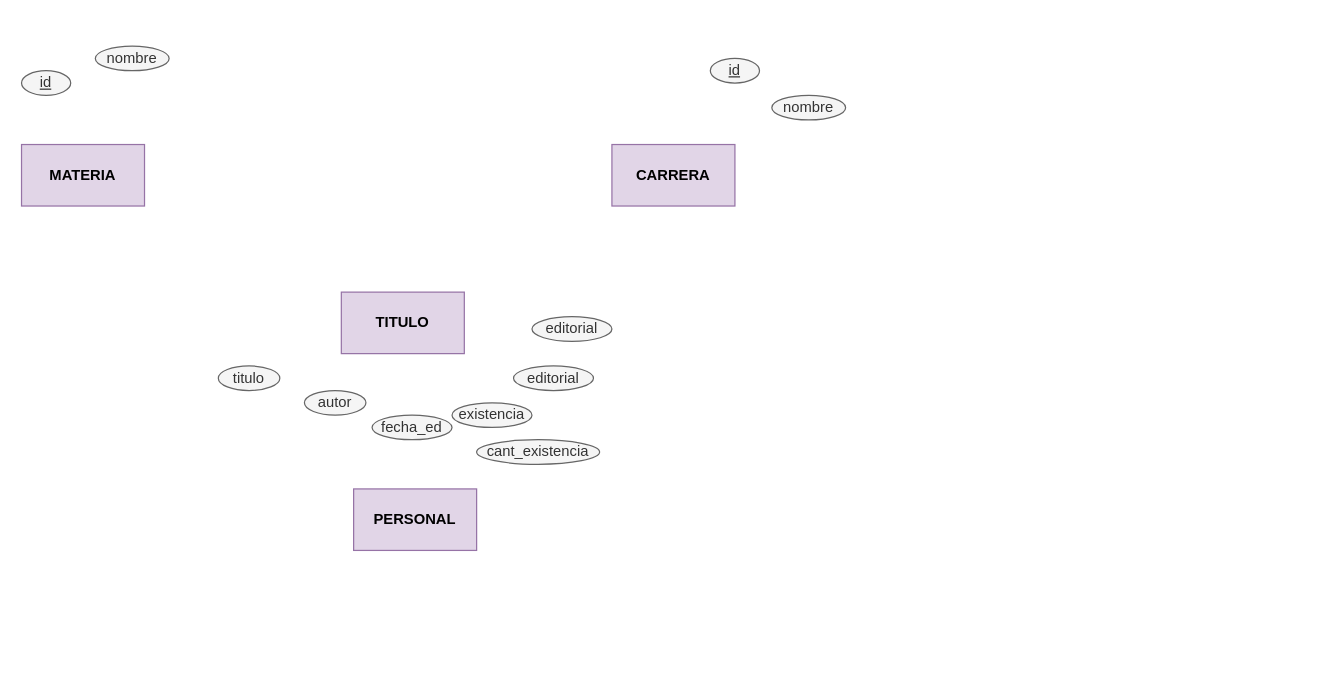
This is Diagrama ER TBD Biblio.drawio from misiomishi/itcj, a draw.io file, before an edit. Source tidied: cells renumbered, new cells numbered last; positions are measured from the earlier drawing's top-left corner, leaving out a move shared by most shapes. Both pictures are drawn from the tidied source at 123%, with x=0, y=0 at pixel (21, 46).
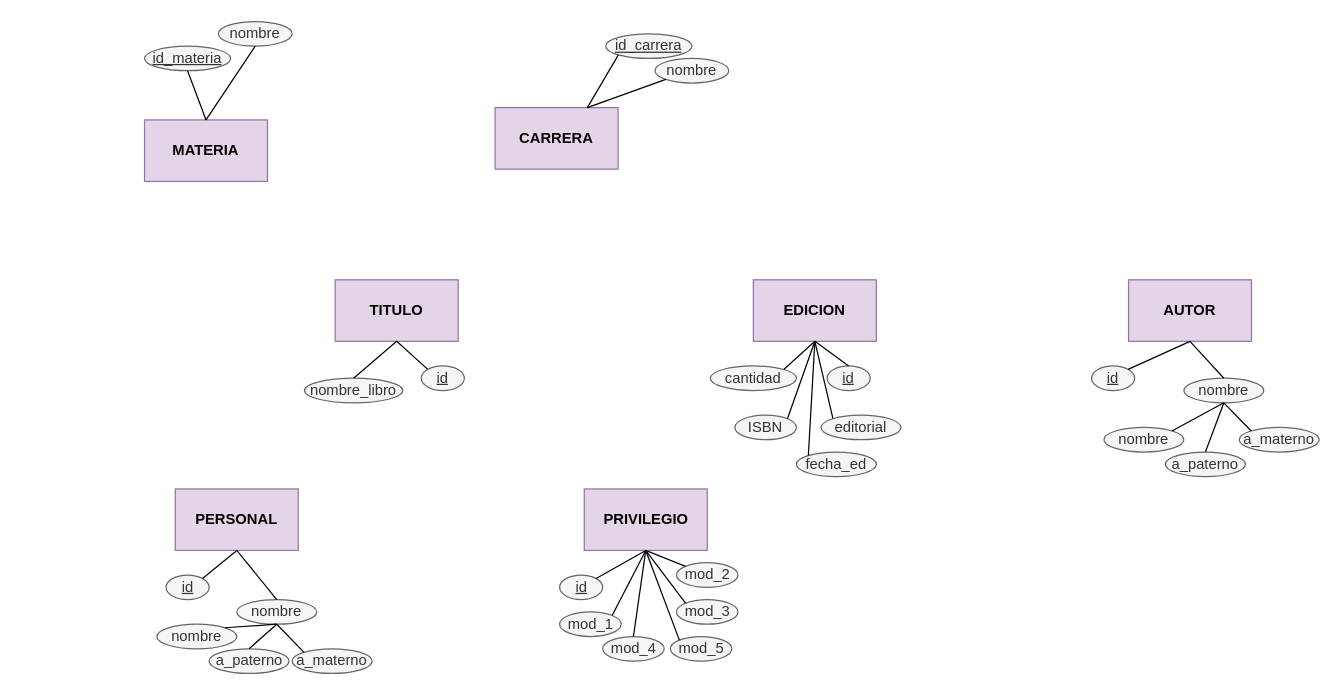
Above is the later version.

The edit, as a diff of the source:
```diff
@@
     <mxCell id="2" value="TITULO" style="rounded=0;whiteSpace=wrap;html=1;fillColor=#e1d5e7;strokeColor=#9673a6;fontStyle=1;" parent="1" vertex="1">
-      <mxGeometry x="260" y="200" width="100" height="50" as="geometry" />
+      <mxGeometry x="255" y="190" width="100" height="50" as="geometry" />
     </mxCell>
     <mxCell id="3" value="PERSONAL" style="rounded=0;whiteSpace=wrap;html=1;fillColor=#e1d5e7;strokeColor=#9673a6;fontStyle=1;" parent="1" vertex="1">
-      <mxGeometry x="270" y="360" width="100" height="50" as="geometry" />
+      <mxGeometry x="125" y="360" width="100" height="50" as="geometry" />
     </mxCell>
     <mxCell id="4" value="CARRERA" style="rounded=0;whiteSpace=wrap;html=1;fillColor=#e1d5e7;strokeColor=#9673a6;fontStyle=1;" parent="1" vertex="1">
-      <mxGeometry x="480" y="80" width="100" height="50" as="geometry" />
+      <mxGeometry x="385" y="50" width="100" height="50" as="geometry" />
     </mxCell>
     <mxCell id="5" value="MATERIA" style="rounded=0;whiteSpace=wrap;html=1;fillColor=#e1d5e7;strokeColor=#9673a6;fontStyle=1;" parent="1" vertex="1">
-      <mxGeometry y="80" width="100" height="50" as="geometry" />
+      <mxGeometry x="100" y="60" width="100" height="50" as="geometry" />
     </mxCell>
-    <mxCell id="6" value="id" style="ellipse;whiteSpace=wrap;html=1;fillColor=#f5f5f5;strokeColor=#666666;fontColor=#333333;fontStyle=4;" parent="1" vertex="1">
-      <mxGeometry y="20" width="40" height="20" as="geometry" />
+    <mxCell id="6" value="id_materia" style="ellipse;whiteSpace=wrap;html=1;fillColor=#f5f5f5;strokeColor=#666666;fontColor=#333333;fontStyle=4;" parent="1" vertex="1">
+      <mxGeometry x="100" width="70" height="20" as="geometry" />
     </mxCell>
     <mxCell id="7" value="nombre" style="ellipse;whiteSpace=wrap;html=1;fillColor=#f5f5f5;strokeColor=#666666;fontColor=#333333;" parent="1" vertex="1">
-      <mxGeometry x="60" width="60" height="20" as="geometry" />
+      <mxGeometry x="160" y="-20" width="60" height="20" as="geometry" />
     </mxCell>
-    <mxCell id="8" value="id" style="ellipse;whiteSpace=wrap;html=1;fillColor=#f5f5f5;strokeColor=#666666;fontColor=#333333;fontStyle=4;" parent="1" vertex="1">
-      <mxGeometry x="560" y="10" width="40" height="20" as="geometry" />
-    </mxCell>
     <mxCell id="9" value="nombre" style="ellipse;whiteSpace=wrap;html=1;fillColor=#f5f5f5;strokeColor=#666666;fontColor=#333333;" parent="1" vertex="1">
-      <mxGeometry x="610" y="40" width="60" height="20" as="geometry" />
+      <mxGeometry x="515" y="10" width="60" height="20" as="geometry" />
     </mxCell>
-    <mxCell id="10" value="titulo" style="ellipse;whiteSpace=wrap;html=1;fillColor=#f5f5f5;strokeColor=#666666;fontColor=#333333;" parent="1" vertex="1">
-      <mxGeometry x="160" y="260" width="50" height="20" as="geometry" />
+    <mxCell id="10" value="nombre_libro" style="ellipse;whiteSpace=wrap;html=1;fillColor=#f5f5f5;strokeColor=#666666;fontColor=#333333;" parent="1" vertex="1">
+      <mxGeometry x="230" y="270" width="80" height="20" as="geometry" />
     </mxCell>
-    <mxCell id="11" value="autor" style="ellipse;whiteSpace=wrap;html=1;fillColor=#f5f5f5;strokeColor=#666666;fontColor=#333333;" parent="1" vertex="1">
-      <mxGeometry x="230" y="280" width="50" height="20" as="geometry" />
-    </mxCell>
     <mxCell id="12" value="fecha_ed" style="ellipse;whiteSpace=wrap;html=1;fillColor=#f5f5f5;strokeColor=#666666;fontColor=#333333;" parent="1" vertex="1">
-      <mxGeometry x="285" y="300" width="65" height="20" as="geometry" />
+      <mxGeometry x="630" y="330" width="65" height="20" as="geometry" />
     </mxCell>
+    <mxCell id="14" value="cantidad" style="ellipse;whiteSpace=wrap;html=1;fillColor=#f5f5f5;strokeColor=#666666;fontColor=#333333;" parent="1" vertex="1">
+      <mxGeometry x="560" y="260" width="70" height="20" as="geometry" />
+    </mxCell>
+    <mxCell id="16" value="id" style="ellipse;whiteSpace=wrap;html=1;fillColor=#f5f5f5;strokeColor=#666666;fontColor=#333333;fontStyle=4;" parent="1" vertex="1">
+      <mxGeometry x="870" y="260" width="35" height="20" as="geometry" />
+    </mxCell>
+    <mxCell id="17" value="id_carrera" style="ellipse;whiteSpace=wrap;html=1;fillColor=#f5f5f5;strokeColor=#666666;fontColor=#333333;fontStyle=4;" parent="1" vertex="1">
+      <mxGeometry x="475" y="-10" width="70" height="20" as="geometry" />
+    </mxCell>
+    <mxCell id="18" value="PRIVILEGIO" style="rounded=0;whiteSpace=wrap;html=1;fillColor=#e1d5e7;strokeColor=#9673a6;fontStyle=1;" parent="1" vertex="1">
+      <mxGeometry x="457.5" y="360" width="100" height="50" as="geometry" />
+    </mxCell>
+    <mxCell id="19" value="EDICION" style="rounded=0;whiteSpace=wrap;html=1;fillColor=#e1d5e7;strokeColor=#9673a6;fontStyle=1;" parent="1" vertex="1">
+      <mxGeometry x="595" y="190" width="100" height="50" as="geometry" />
+    </mxCell>
+    <mxCell id="20" value="AUTOR" style="rounded=0;whiteSpace=wrap;html=1;fillColor=#e1d5e7;strokeColor=#9673a6;fontStyle=1;" parent="1" vertex="1">
+      <mxGeometry x="900" y="190" width="100" height="50" as="geometry" />
+    </mxCell>
+    <mxCell id="21" value="ISBN" style="ellipse;whiteSpace=wrap;html=1;fillColor=#f5f5f5;strokeColor=#666666;fontColor=#333333;" parent="1" vertex="1">
+      <mxGeometry x="580" y="300" width="50" height="20" as="geometry" />
+    </mxCell>
     <mxCell id="13" value="editorial" style="ellipse;whiteSpace=wrap;html=1;fillColor=#f5f5f5;strokeColor=#666666;fontColor=#333333;" parent="1" vertex="1">
-      <mxGeometry x="400" y="260" width="65" height="20" as="geometry" />
+      <mxGeometry x="650" y="300" width="65" height="20" as="geometry" />
     </mxCell>
-    <mxCell id="14" value="cant_existencia" style="ellipse;whiteSpace=wrap;html=1;fillColor=#f5f5f5;strokeColor=#666666;fontColor=#333333;" parent="1" vertex="1">
-      <mxGeometry x="370" y="320" width="100" height="20" as="geometry" />
-    </mxCell>
-    <mxCell id="15" value="existencia" style="ellipse;whiteSpace=wrap;html=1;fillColor=#f5f5f5;strokeColor=#666666;fontColor=#333333;" parent="1" vertex="1">
-      <mxGeometry x="350" y="290" width="65" height="20" as="geometry" />
-    </mxCell>
-    <mxCell id="16" value="editorial" style="ellipse;whiteSpace=wrap;html=1;fillColor=#f5f5f5;strokeColor=#666666;fontColor=#333333;" parent="1" vertex="1">
-      <mxGeometry x="415" y="220" width="65" height="20" as="geometry" />
-    </mxCell>
+    <mxCell id="22" value="a_paterno" style="ellipse;whiteSpace=wrap;html=1;fillColor=#f5f5f5;strokeColor=#666666;fontColor=#333333;" parent="1" vertex="1">
+      <mxGeometry x="930" y="330" width="65" height="20" as="geometry" />
+    </mxCell>
+    <mxCell id="23" value="a_materno" style="ellipse;whiteSpace=wrap;html=1;fillColor=#f5f5f5;strokeColor=#666666;fontColor=#333333;" parent="1" vertex="1">
+      <mxGeometry x="990" y="310" width="65" height="20" as="geometry" />
+    </mxCell>
+    <mxCell id="24" value="nombre" style="ellipse;whiteSpace=wrap;html=1;fillColor=#f5f5f5;strokeColor=#666666;fontColor=#333333;" parent="1" vertex="1">
+      <mxGeometry x="880" y="310" width="65" height="20" as="geometry" />
+    </mxCell>
+    <mxCell id="25" value="nombre" style="ellipse;whiteSpace=wrap;html=1;fillColor=#f5f5f5;strokeColor=#666666;fontColor=#333333;" parent="1" vertex="1">
+      <mxGeometry x="945" y="270" width="65" height="20" as="geometry" />
+    </mxCell>
+    <mxCell id="26" value="id" style="ellipse;whiteSpace=wrap;html=1;fillColor=#f5f5f5;strokeColor=#666666;fontColor=#333333;fontStyle=4;" parent="1" vertex="1">
+      <mxGeometry x="655" y="260" width="35" height="20" as="geometry" />
+    </mxCell>
+    <mxCell id="27" value="id" style="ellipse;whiteSpace=wrap;html=1;fillColor=#f5f5f5;strokeColor=#666666;fontColor=#333333;fontStyle=4;" parent="1" vertex="1">
+      <mxGeometry x="325" y="260" width="35" height="20" as="geometry" />
+    </mxCell>
+    <mxCell id="28" value="id" style="ellipse;whiteSpace=wrap;html=1;fillColor=#f5f5f5;strokeColor=#666666;fontColor=#333333;fontStyle=4;" parent="1" vertex="1">
+      <mxGeometry x="117.5" y="430" width="35" height="20" as="geometry" />
+    </mxCell>
+    <mxCell id="29" value="a_paterno" style="ellipse;whiteSpace=wrap;html=1;fillColor=#f5f5f5;strokeColor=#666666;fontColor=#333333;" parent="1" vertex="1">
+      <mxGeometry x="152.5" y="490" width="65" height="20" as="geometry" />
+    </mxCell>
+    <mxCell id="30" value="a_materno" style="ellipse;whiteSpace=wrap;html=1;fillColor=#f5f5f5;strokeColor=#666666;fontColor=#333333;" parent="1" vertex="1">
+      <mxGeometry x="220" y="490" width="65" height="20" as="geometry" />
+    </mxCell>
+    <mxCell id="31" value="nombre" style="ellipse;whiteSpace=wrap;html=1;fillColor=#f5f5f5;strokeColor=#666666;fontColor=#333333;" parent="1" vertex="1">
+      <mxGeometry x="110" y="470" width="65" height="20" as="geometry" />
+    </mxCell>
+    <mxCell id="32" value="nombre" style="ellipse;whiteSpace=wrap;html=1;fillColor=#f5f5f5;strokeColor=#666666;fontColor=#333333;" parent="1" vertex="1">
+      <mxGeometry x="175" y="450" width="65" height="20" as="geometry" />
+    </mxCell>
+    <mxCell id="33" value="id" style="ellipse;whiteSpace=wrap;html=1;fillColor=#f5f5f5;strokeColor=#666666;fontColor=#333333;fontStyle=4;" parent="1" vertex="1">
+      <mxGeometry x="437.5" y="430" width="35" height="20" as="geometry" />
+    </mxCell>
+    <mxCell id="34" value="mod_1" style="ellipse;whiteSpace=wrap;html=1;fillColor=#f5f5f5;strokeColor=#666666;fontColor=#333333;fontStyle=0;" parent="1" vertex="1">
+      <mxGeometry x="437.5" y="460" width="50" height="20" as="geometry" />
+    </mxCell>
+    <mxCell id="35" value="mod_2" style="ellipse;whiteSpace=wrap;html=1;fillColor=#f5f5f5;strokeColor=#666666;fontColor=#333333;fontStyle=0;" parent="1" vertex="1">
+      <mxGeometry x="532.5" y="420" width="50" height="20" as="geometry" />
+    </mxCell>
+    <mxCell id="36" value="mod_3" style="ellipse;whiteSpace=wrap;html=1;fillColor=#f5f5f5;strokeColor=#666666;fontColor=#333333;fontStyle=0;" parent="1" vertex="1">
+      <mxGeometry x="532.5" y="450" width="50" height="20" as="geometry" />
+    </mxCell>
+    <mxCell id="37" value="mod_4" style="ellipse;whiteSpace=wrap;html=1;fillColor=#f5f5f5;strokeColor=#666666;fontColor=#333333;fontStyle=0;" parent="1" vertex="1">
+      <mxGeometry x="472.5" y="480" width="50" height="20" as="geometry" />
+    </mxCell>
+    <mxCell id="38" value="mod_5" style="ellipse;whiteSpace=wrap;html=1;fillColor=#f5f5f5;strokeColor=#666666;fontColor=#333333;fontStyle=0;" parent="1" vertex="1">
+      <mxGeometry x="527.5" y="480" width="50" height="20" as="geometry" />
+    </mxCell>
+    <mxCell id="39" style="endArrow=none;html=1;rounded=0;entryX=0.5;entryY=1;entryDx=0;entryDy=0;exitX=0.5;exitY=0;exitDx=0;exitDy=0;" parent="1" edge="1" source="5" target="6">
+      <mxGeometry relative="1" as="geometry" />
+    </mxCell>
+    <mxCell id="40" style="endArrow=none;html=1;rounded=0;entryX=0.5;entryY=1;entryDx=0;entryDy=0;exitX=0.5;exitY=0;exitDx=0;exitDy=0;" parent="1" edge="1" source="5" target="7">
+      <mxGeometry relative="1" as="geometry" />
+    </mxCell>
+    <mxCell id="41" style="endArrow=none;html=1;rounded=0;entryX=0;entryY=1;entryDx=0;entryDy=0;exitX=0.75;exitY=0;exitDx=0;exitDy=0;" parent="1" edge="1" source="4" target="9">
+      <mxGeometry relative="1" as="geometry" />
+    </mxCell>
+    <mxCell id="42" style="endArrow=none;html=1;rounded=0;entryX=0;entryY=1;entryDx=0;entryDy=0;exitX=0.75;exitY=0;exitDx=0;exitDy=0;" parent="1" edge="1" source="4" target="17">
+      <mxGeometry relative="1" as="geometry" />
+    </mxCell>
+    <mxCell id="43" style="endArrow=none;html=1;rounded=0;entryX=0.5;entryY=1;entryDx=0;entryDy=0;exitX=0.5;exitY=0;exitDx=0;exitDy=0;" parent="1" edge="1" source="10" target="2">
+      <mxGeometry relative="1" as="geometry" />
+    </mxCell>
+    <mxCell id="44" style="endArrow=none;html=1;rounded=0;entryX=0.5;entryY=1;entryDx=0;entryDy=0;exitX=0;exitY=0;exitDx=0;exitDy=0;" parent="1" edge="1" source="27" target="2">
+      <mxGeometry relative="1" as="geometry" />
+    </mxCell>
+    <mxCell id="45" style="endArrow=none;html=1;rounded=0;entryX=0.5;entryY=1;entryDx=0;entryDy=0;exitX=0.5;exitY=0;exitDx=0;exitDy=0;" parent="1" edge="1" source="26" target="19">
+      <mxGeometry relative="1" as="geometry" />
+    </mxCell>
+    <mxCell id="46" style="endArrow=none;html=1;rounded=0;entryX=0.5;entryY=1;entryDx=0;entryDy=0;exitX=1;exitY=0;exitDx=0;exitDy=0;" parent="1" edge="1" source="14" target="19">
+      <mxGeometry relative="1" as="geometry" />
+    </mxCell>
+    <mxCell id="47" style="endArrow=none;html=1;rounded=0;entryX=0.5;entryY=1;entryDx=0;entryDy=0;exitX=0;exitY=0;exitDx=0;exitDy=0;" parent="1" edge="1" source="13" target="19">
+      <mxGeometry relative="1" as="geometry" />
+    </mxCell>
+    <mxCell id="48" style="endArrow=none;html=1;rounded=0;entryX=0.5;entryY=1;entryDx=0;entryDy=0;exitX=0;exitY=0;exitDx=0;exitDy=0;" parent="1" edge="1" source="12" target="19">
+      <mxGeometry relative="1" as="geometry" />
+    </mxCell>
+    <mxCell id="49" style="endArrow=none;html=1;rounded=0;entryX=0.5;entryY=1;entryDx=0;entryDy=0;exitX=1;exitY=0;exitDx=0;exitDy=0;" parent="1" edge="1" source="21" target="19">
+      <mxGeometry relative="1" as="geometry" />
+    </mxCell>
+    <mxCell id="50" style="endArrow=none;html=1;rounded=0;entryX=0.5;entryY=1;entryDx=0;entryDy=0;exitX=1;exitY=0;exitDx=0;exitDy=0;" parent="1" edge="1" source="16" target="20">
+      <mxGeometry relative="1" as="geometry" />
+    </mxCell>
+    <mxCell id="51" style="endArrow=none;html=1;rounded=0;entryX=0.5;entryY=1;entryDx=0;entryDy=0;exitX=0.5;exitY=0;exitDx=0;exitDy=0;" parent="1" edge="1" source="25" target="20">
+      <mxGeometry relative="1" as="geometry" />
+    </mxCell>
+    <mxCell id="52" style="endArrow=none;html=1;rounded=0;entryX=0.5;entryY=1;entryDx=0;entryDy=0;exitX=0.5;exitY=0;exitDx=0;exitDy=0;" parent="1" edge="1" source="22" target="25">
+      <mxGeometry relative="1" as="geometry" />
+    </mxCell>
+    <mxCell id="53" style="endArrow=none;html=1;rounded=0;entryX=0.5;entryY=1;entryDx=0;entryDy=0;exitX=1;exitY=0;exitDx=0;exitDy=0;" parent="1" edge="1" source="24" target="25">
+      <mxGeometry relative="1" as="geometry" />
+    </mxCell>
+    <mxCell id="54" style="endArrow=none;html=1;rounded=0;entryX=0.5;entryY=1;entryDx=0;entryDy=0;exitX=0;exitY=0;exitDx=0;exitDy=0;" parent="1" edge="1" source="23" target="25">
+      <mxGeometry relative="1" as="geometry" />
+    </mxCell>
+    <mxCell id="55" style="endArrow=none;html=1;rounded=0;entryX=0.5;entryY=1;entryDx=0;entryDy=0;exitX=1;exitY=0;exitDx=0;exitDy=0;" parent="1" edge="1" source="28" target="3">
+      <mxGeometry relative="1" as="geometry" />
+    </mxCell>
+    <mxCell id="56" style="endArrow=none;html=1;rounded=0;entryX=0.5;entryY=1;entryDx=0;entryDy=0;exitX=0.5;exitY=0;exitDx=0;exitDy=0;" parent="1" edge="1" source="32" target="3">
+      <mxGeometry relative="1" as="geometry" />
+    </mxCell>
+    <mxCell id="57" style="endArrow=none;html=1;rounded=0;entryX=0.5;entryY=1;entryDx=0;entryDy=0;exitX=1;exitY=0;exitDx=0;exitDy=0;" parent="1" edge="1" source="31" target="32">
+      <mxGeometry relative="1" as="geometry" />
+    </mxCell>
+    <mxCell id="58" style="endArrow=none;html=1;rounded=0;entryX=0.5;entryY=1;entryDx=0;entryDy=0;exitX=0.5;exitY=0;exitDx=0;exitDy=0;" parent="1" edge="1" source="29" target="32">
+      <mxGeometry relative="1" as="geometry" />
+    </mxCell>
+    <mxCell id="59" style="endArrow=none;html=1;rounded=0;entryX=0.5;entryY=1;entryDx=0;entryDy=0;exitX=0;exitY=0;exitDx=0;exitDy=0;" parent="1" edge="1" source="30" target="32">
+      <mxGeometry relative="1" as="geometry" />
+    </mxCell>
+    <mxCell id="60" style="endArrow=none;html=1;rounded=0;entryX=0.5;entryY=1;entryDx=0;entryDy=0;exitX=1;exitY=0;exitDx=0;exitDy=0;" parent="1" edge="1" source="33" target="18">
+      <mxGeometry relative="1" as="geometry" />
+    </mxCell>
+    <mxCell id="61" style="endArrow=none;html=1;rounded=0;entryX=0.5;entryY=1;entryDx=0;entryDy=0;exitX=1;exitY=0;exitDx=0;exitDy=0;" parent="1" edge="1" source="34" target="18">
+      <mxGeometry relative="1" as="geometry" />
+    </mxCell>
+    <mxCell id="62" style="endArrow=none;html=1;rounded=0;entryX=0.5;entryY=1;entryDx=0;entryDy=0;exitX=0.5;exitY=0;exitDx=0;exitDy=0;" parent="1" edge="1" source="37" target="18">
+      <mxGeometry relative="1" as="geometry" />
+    </mxCell>
+    <mxCell id="63" style="endArrow=none;html=1;rounded=0;entryX=0.5;entryY=1;entryDx=0;entryDy=0;exitX=0;exitY=0;exitDx=0;exitDy=0;" parent="1" edge="1" source="35" target="18">
+      <mxGeometry relative="1" as="geometry" />
+    </mxCell>
+    <mxCell id="64" style="endArrow=none;html=1;rounded=0;entryX=0.5;entryY=1;entryDx=0;entryDy=0;exitX=0;exitY=0;exitDx=0;exitDy=0;" parent="1" edge="1" source="36" target="18">
+      <mxGeometry relative="1" as="geometry" />
+    </mxCell>
+    <mxCell id="65" style="endArrow=none;html=1;rounded=0;entryX=0.5;entryY=1;entryDx=0;entryDy=0;exitX=0;exitY=0;exitDx=0;exitDy=0;" parent="1" edge="1" source="38" target="18">
+      <mxGeometry relative="1" as="geometry" />
+    </mxCell>
```
